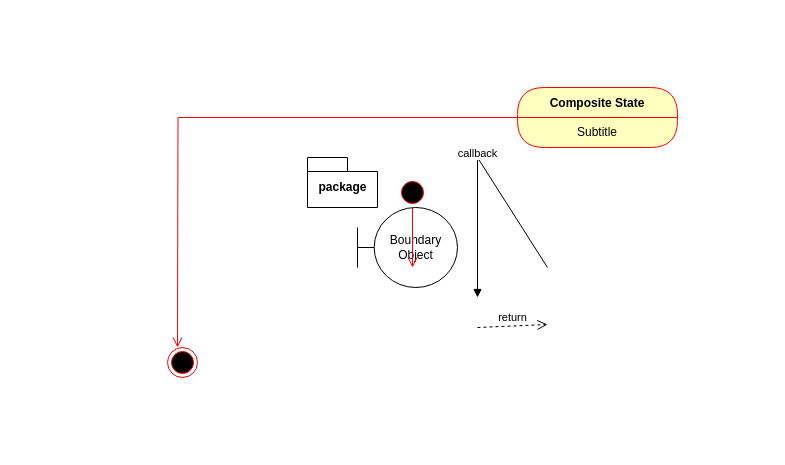
Above: Untitled Diagram.drawio in morachake/obilx (draw.io), before the change. Source tidied: cells renumbered, new cells numbered last; positions are measured from the earlier drawing's top-left corner, leaving out a move shared by most shapes. Both pictures are drawn from the tidied source at 100%, with x=0, y=0 at pixel (167, 87).
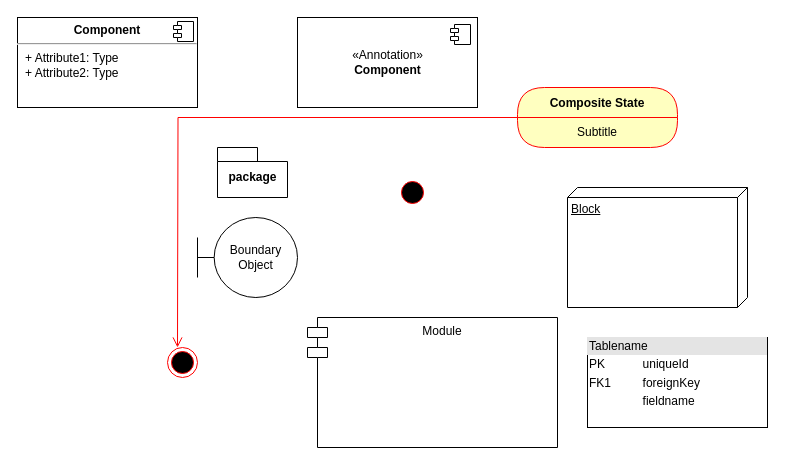
The same page after the edit.

Diff of the diagram source:
```diff
@@
 <mxGraphModel>
   <root>
     <mxCell id="0" />
     <mxCell id="1" parent="0" />
     <mxCell id="2" value="package" style="shape=folder;fontStyle=1;spacingTop=10;tabWidth=40;tabHeight=14;tabPosition=left;html=1;" parent="1" vertex="1">
-      <mxGeometry x="140" y="70" width="70" height="50" as="geometry" />
+      <mxGeometry x="50" y="60" width="70" height="50" as="geometry" />
     </mxCell>
     <mxCell id="3" value="Boundary Object" style="shape=umlBoundary;whiteSpace=wrap;html=1;" parent="1" vertex="1">
-      <mxGeometry x="190" y="120" width="100" height="80" as="geometry" />
+      <mxGeometry x="30" y="130" width="100" height="80" as="geometry" />
     </mxCell>
     <mxCell id="4" value="Composite State" style="swimlane;fontStyle=1;align=center;verticalAlign=middle;horizontal=1;startSize=30;fontColor=#000000;rounded=1;arcSize=30;strokeColor=#ff0000;fillColor=#ffffc0;swimlaneFillColor=#ffffc0;" parent="1" vertex="1">
       <mxGeometry x="350" width="160" height="60" as="geometry" />
     </mxCell>
     <mxCell id="5" value="Subtitle" style="text;html=1;strokeColor=none;fillColor=none;align=center;verticalAlign=middle;spacingLeft=4;spacingRight=4;whiteSpace=wrap;overflow=hidden;fontColor=#000000;" parent="4" vertex="1">
       <mxGeometry y="30" width="160" height="30" as="geometry" />
     </mxCell>
     <mxCell id="6" style="edgeStyle=orthogonalEdgeStyle;html=1;verticalAlign=bottom;endArrow=open;endSize=8;strokeColor=#ff0000;rounded=0;" parent="1" edge="1" source="4">
       <mxGeometry relative="1" as="geometry">
         <mxPoint x="10" y="260" as="targetPoint" />
       </mxGeometry>
     </mxCell>
     <mxCell id="7" style="ellipse;html=1;shape=endState;fillColor=#000000;strokeColor=#ff0000;" parent="1" vertex="1">
       <mxGeometry y="260" width="30" height="30" as="geometry" />
     </mxCell>
-    <mxCell id="8" style="html=1;points=[];perimeter=orthogonalPerimeter;" parent="1" vertex="1">
-      <mxGeometry x="310" y="180" height="60" as="geometry" />
-    </mxCell>
-    <mxCell id="9" value="callback" style="html=1;verticalAlign=bottom;endArrow=block;entryX=1;entryY=0;rounded=0;" parent="1" edge="1" target="8">
-      <mxGeometry relative="1" as="geometry">
-        <mxPoint x="380" y="180" as="sourcePoint" />
-        <Array as="points">
-          <mxPoint x="310" y="70" />
-        </Array>
-      </mxGeometry>
-    </mxCell>
-    <mxCell id="10" value="return" style="html=1;verticalAlign=bottom;endArrow=open;dashed=1;endSize=8;exitX=1;exitY=0.95;rounded=0;" parent="1" edge="1" source="8">
-      <mxGeometry relative="1" as="geometry">
-        <mxPoint x="380" y="237" as="targetPoint" />
-      </mxGeometry>
-    </mxCell>
     <mxCell id="11" style="ellipse;html=1;shape=startState;fillColor=#000000;strokeColor=#ff0000;" parent="1" vertex="1">
       <mxGeometry x="230" y="90" width="30" height="30" as="geometry" />
     </mxCell>
-    <mxCell id="12" style="edgeStyle=orthogonalEdgeStyle;html=1;verticalAlign=bottom;endArrow=open;endSize=8;strokeColor=#ff0000;rounded=0;" parent="1" edge="1" source="11">
-      <mxGeometry relative="1" as="geometry">
-        <mxPoint x="245" y="180" as="targetPoint" />
-      </mxGeometry>
-    </mxCell>
+    <mxCell id="13" value="Module" style="shape=module;align=left;spacingLeft=20;align=center;verticalAlign=top;" parent="1" vertex="1">
+      <mxGeometry x="140" y="230" width="250" height="130" as="geometry" />
+    </mxCell>
+    <mxCell id="14" value="Block" style="verticalAlign=top;align=left;spacingTop=8;spacingLeft=2;spacingRight=12;shape=cube;size=10;direction=south;fontStyle=4;html=1;" parent="1" vertex="1">
+      <mxGeometry x="400" y="100" width="180" height="120" as="geometry" />
+    </mxCell>
+    <mxCell id="15" value="&lt;p style=&quot;margin:0px;margin-top:6px;text-align:center;&quot;&gt;&lt;b&gt;Component&lt;/b&gt;&lt;/p&gt;&lt;hr/&gt;&lt;p style=&quot;margin:0px;margin-left:8px;&quot;&gt;+ Attribute1: Type&lt;br/&gt;+ Attribute2: Type&lt;/p&gt;" style="align=left;overflow=fill;html=1;" parent="1" vertex="1">
+      <mxGeometry x="-150" y="-70" width="180" height="90" as="geometry" />
+    </mxCell>
+    <mxCell id="16" style="shape=component;jettyWidth=8;jettyHeight=4;" parent="15" vertex="1">
+      <mxGeometry x="1" width="20" height="20" relative="1" as="geometry">
+        <mxPoint x="-24" y="4" as="offset" />
+      </mxGeometry>
+    </mxCell>
+    <mxCell id="17" value="&amp;laquo;Annotation&amp;raquo;&lt;br/&gt;&lt;b&gt;Component&lt;/b&gt;" style="html=1;" parent="1" vertex="1">
+      <mxGeometry x="130" y="-70" width="180" height="90" as="geometry" />
+    </mxCell>
+    <mxCell id="18" style="shape=module;jettyWidth=8;jettyHeight=4;" parent="17" vertex="1">
+      <mxGeometry x="1" width="20" height="20" relative="1" as="geometry">
+        <mxPoint x="-27" y="7" as="offset" />
+      </mxGeometry>
+    </mxCell>
+    <mxCell id="19" value="&lt;div style=&quot;box-sizing:border-box;width:100%;background:#e4e4e4;padding:2px;&quot;&gt;Tablename&lt;/div&gt;&lt;table style=&quot;width:100%;font-size:1em;&quot; cellpadding=&quot;2&quot; cellspacing=&quot;0&quot;&gt;&lt;tr&gt;&lt;td&gt;PK&lt;/td&gt;&lt;td&gt;uniqueId&lt;/td&gt;&lt;/tr&gt;&lt;tr&gt;&lt;td&gt;FK1&lt;/td&gt;&lt;td&gt;foreignKey&lt;/td&gt;&lt;/tr&gt;&lt;tr&gt;&lt;td&gt;&lt;/td&gt;&lt;td&gt;fieldname&lt;/td&gt;&lt;/tr&gt;&lt;/table&gt;" style="verticalAlign=top;align=left;overflow=fill;html=1;" parent="1" vertex="1">
+      <mxGeometry x="420" y="250" width="180" height="90" as="geometry" />
+    </mxCell>
   </root>
 </mxGraphModel>
```
